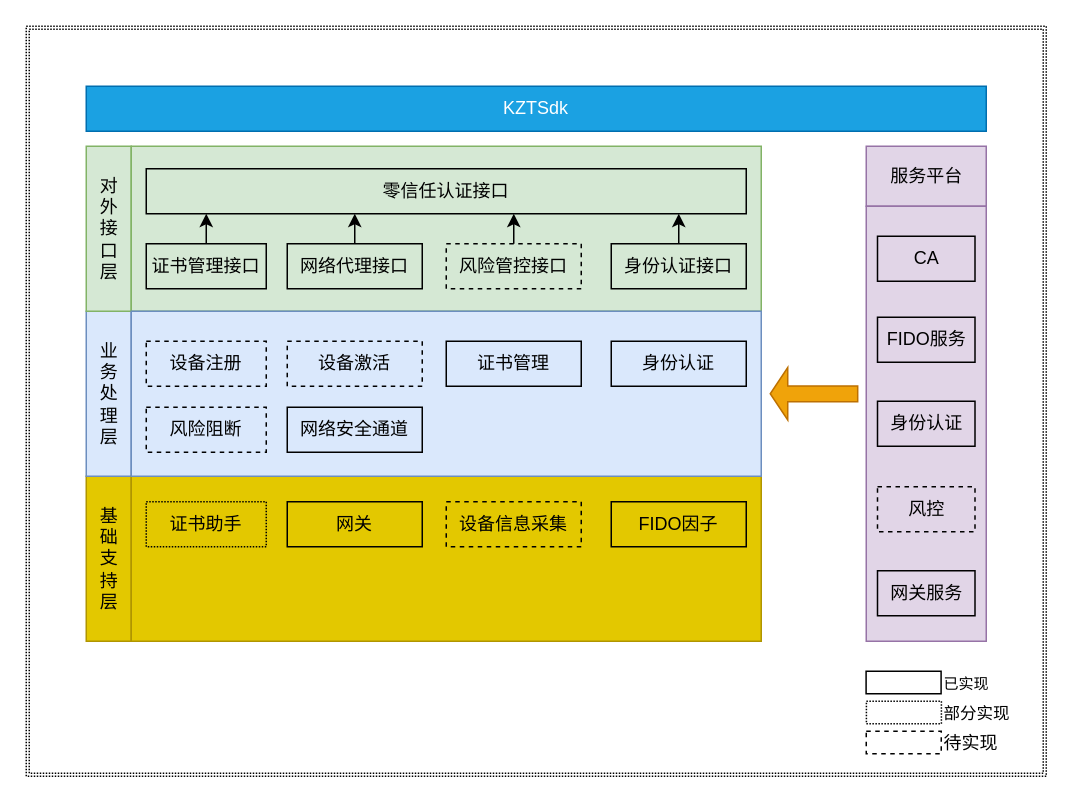
Before: 统一身份认证架构视图.drawio in mobof/Koal, a draw.io diagram. Source tidied: cells renumbered, new cells numbered last; positions are measured from the earlier drawing's top-left corner, leaving out a move shared by most shapes. Both pictures are drawn from the tidied source at 150%, with x=0, y=0 at pixel (26, 26).
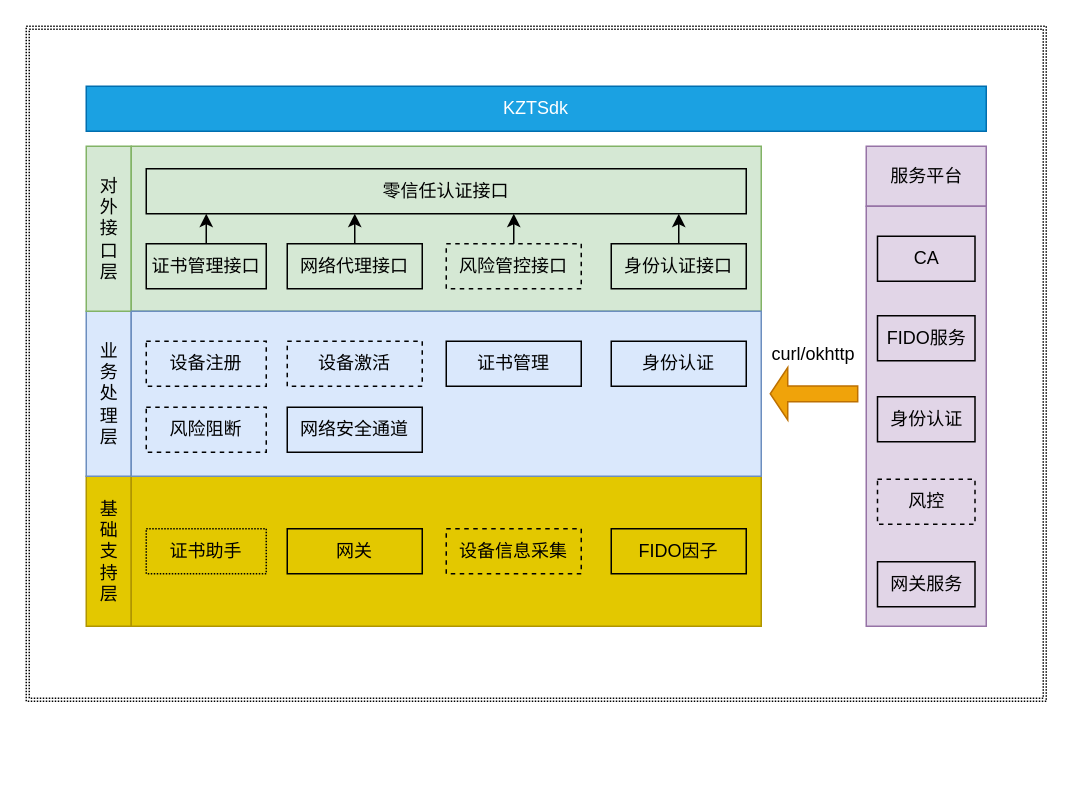
The same diagram, later.

Commit message (it also covers changes not shown here):
Update 统一身份认证架构视图.drawio

Change to the diagram source:
```diff
@@
     <mxCell id="2" style="shape=ext;double=1;rounded=0;whiteSpace=wrap;html=1;dashed=1;dashPattern=1 1;fontSize=12;strokeColor=#000000;fillColor=none;" parent="1" vertex="1">
-      <mxGeometry width="680" height="500" as="geometry" />
+      <mxGeometry width="680" height="450" as="geometry" />
     </mxCell>
     <mxCell id="3" value="基&lt;br&gt;础&lt;br&gt;支&lt;br&gt;持&lt;br&gt;层" style="verticalLabelPosition=middle;verticalAlign=middle;html=1;shape=mxgraph.basic.rect;fillColor2=none;strokeWidth=1;size=20;indent=5;labelPosition=center;align=center;horizontal=1;fontSize=12;fillColor=#e3c800;strokeColor=#B09500;fontColor=#000000;" parent="1" vertex="1">
-      <mxGeometry x="40" y="300" width="30" height="110" as="geometry" />
+      <mxGeometry x="40" y="300" width="30" height="100" as="geometry" />
     </mxCell>
@@
     <mxCell id="6" style="rounded=0;whiteSpace=wrap;html=1;fontSize=12;fillColor=#e3c800;strokeColor=#B09500;fontColor=#000000;" parent="1" vertex="1">
-      <mxGeometry x="70" y="300" width="420" height="110" as="geometry" />
+      <mxGeometry x="70" y="300" width="420" height="100" as="geometry" />
     </mxCell>
@@
     <mxCell id="8" style="rounded=0;whiteSpace=wrap;html=1;fontSize=12;fillColor=#e1d5e7;strokeColor=#9673a6;" parent="1" vertex="1">
-      <mxGeometry x="560" y="120" width="80" height="290" as="geometry" />
+      <mxGeometry x="560" y="120" width="80" height="280" as="geometry" />
     </mxCell>
@@
     <mxCell id="10" value="风控" style="rounded=0;whiteSpace=wrap;html=1;fontSize=12;fillColor=none;dashed=1;" parent="1" vertex="1">
-      <mxGeometry x="567.5" y="307" width="65" height="30" as="geometry" />
+      <mxGeometry x="567.5" y="302" width="65" height="30" as="geometry" />
     </mxCell>
@@
     <mxCell id="20" value="FIDO服务" style="rounded=0;whiteSpace=wrap;html=1;fontSize=12;fillColor=none;" parent="1" vertex="1">
-      <mxGeometry x="567.5" y="194" width="65" height="30" as="geometry" />
+      <mxGeometry x="567.5" y="193" width="65" height="30" as="geometry" />
     </mxCell>
     <mxCell id="21" value="设备信息采集" style="rounded=0;whiteSpace=wrap;html=1;fontSize=12;fillColor=none;dashed=1;" parent="1" vertex="1">
-      <mxGeometry x="280" y="317" width="90" height="30" as="geometry" />
+      <mxGeometry x="280" y="335" width="90" height="30" as="geometry" />
     </mxCell>
@@
     <mxCell id="23" value="身份认证" style="rounded=0;whiteSpace=wrap;html=1;fontSize=12;fillColor=none;" parent="1" vertex="1">
-      <mxGeometry x="567.5" y="250" width="65" height="30" as="geometry" />
+      <mxGeometry x="567.5" y="247" width="65" height="30" as="geometry" />
     </mxCell>
-    <mxCell id="24" style="shape=singleArrow;direction=west;whiteSpace=wrap;html=1;fontSize=12;strokeColor=#BD7000;fillColor=#f0a30a;fontColor=#000000;" parent="1" vertex="1">
+    <mxCell id="24" value="curl/okhttp" style="shape=singleArrow;direction=west;whiteSpace=wrap;html=1;fontSize=12;strokeColor=#BD7000;fillColor=#f0a30a;fontColor=#000000;labelPosition=center;verticalLabelPosition=top;align=center;verticalAlign=bottom;" parent="1" vertex="1">
       <mxGeometry x="496" y="227.5" width="58.3" height="35" as="geometry" />
     </mxCell>
@@
     <mxCell id="29" value="网关服务" style="rounded=0;whiteSpace=wrap;html=1;fontSize=12;fillColor=none;" parent="1" vertex="1">
-      <mxGeometry x="567.5" y="363" width="65" height="30" as="geometry" />
+      <mxGeometry x="567.5" y="357" width="65" height="30" as="geometry" />
     </mxCell>
     <mxCell id="30" value="网关" style="rounded=0;whiteSpace=wrap;html=1;fontSize=12;fillColor=none;" parent="1" vertex="1">
-      <mxGeometry x="174" y="317" width="90" height="30" as="geometry" />
+      <mxGeometry x="174" y="335" width="90" height="30" as="geometry" />
     </mxCell>
@@
     <mxCell id="35" value="证书助手" style="rounded=0;whiteSpace=wrap;html=1;fontSize=12;fillColor=none;dashed=1;dashPattern=1 1;" parent="1" vertex="1">
-      <mxGeometry x="80" y="317" width="80" height="30" as="geometry" />
+      <mxGeometry x="80" y="335" width="80" height="30" as="geometry" />
     </mxCell>
     <mxCell id="36" value="FIDO因子" style="rounded=0;whiteSpace=wrap;html=1;fontSize=12;fillColor=none;" parent="1" vertex="1">
-      <mxGeometry x="390" y="317" width="90" height="30" as="geometry" />
+      <mxGeometry x="390" y="335" width="90" height="30" as="geometry" />
     </mxCell>
-    <mxCell id="37" value="&lt;font style=&quot;font-size: 10px&quot;&gt;已实现&lt;/font&gt;" style="rounded=0;whiteSpace=wrap;html=1;fontSize=10;fillColor=none;labelPosition=right;verticalLabelPosition=middle;align=left;verticalAlign=middle;" parent="1" vertex="1">
-      <mxGeometry x="559.9" y="430" width="50" height="15" as="geometry" />
-    </mxCell>
-    <mxCell id="38" value="&lt;font style=&quot;font-size: 11px&quot;&gt;部分实现&lt;/font&gt;" style="rounded=0;whiteSpace=wrap;html=1;fontSize=12;fillColor=none;dashed=1;dashPattern=1 1;labelPosition=right;verticalLabelPosition=middle;align=left;verticalAlign=middle;" parent="1" vertex="1">
-      <mxGeometry x="560.1" y="450" width="50" height="15" as="geometry" />
-    </mxCell>
-    <mxCell id="39" value="待实现" style="rounded=0;whiteSpace=wrap;html=1;fontSize=12;fillColor=none;dashed=1;labelPosition=right;verticalLabelPosition=middle;align=left;verticalAlign=middle;" parent="1" vertex="1">
-      <mxGeometry x="560" y="470" width="50" height="15" as="geometry" />
-    </mxCell>
```
